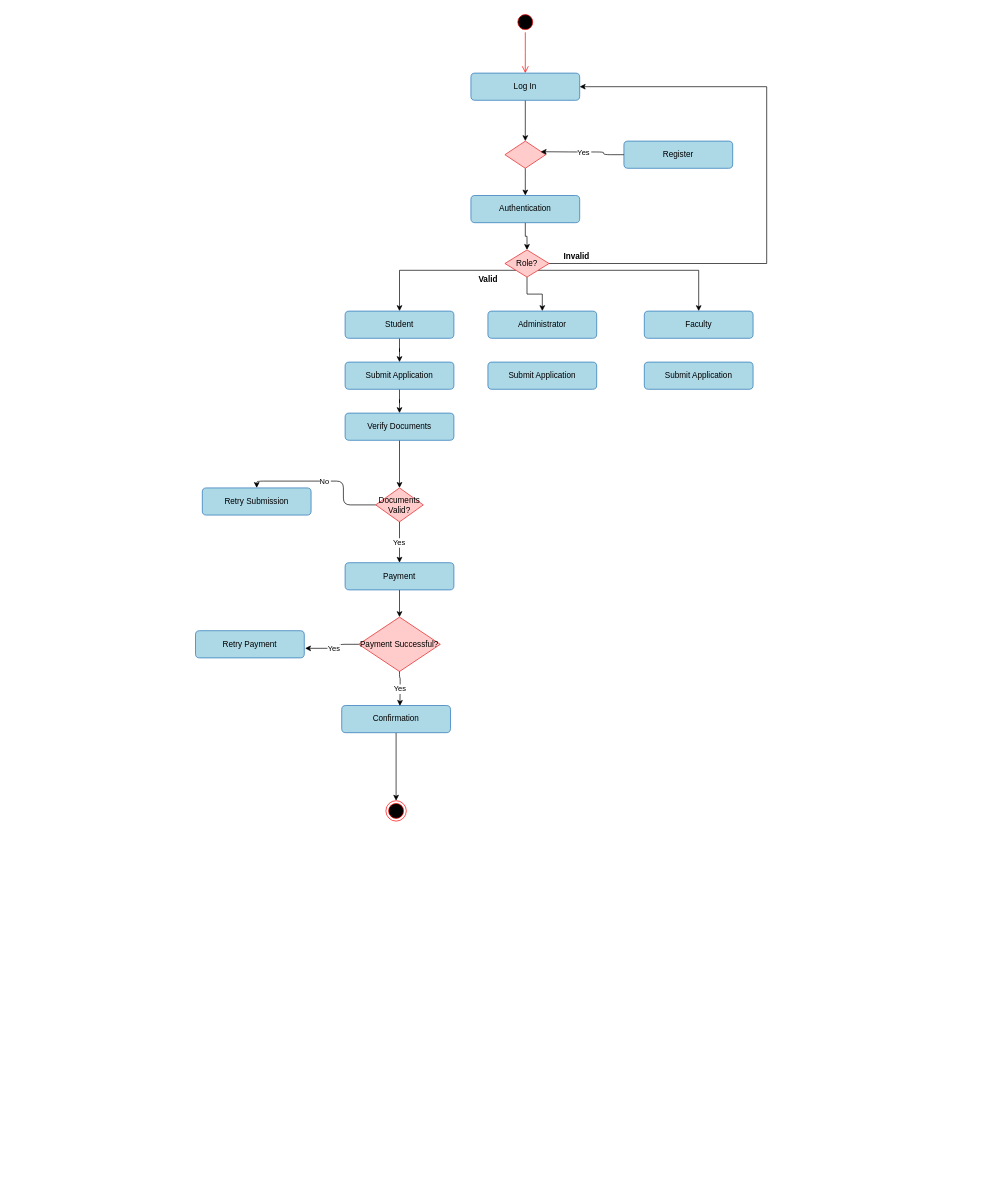
Above: page "Page-8" (2 of 4) of Untitled Diagram.drawio in AdityaJyoti2002/Tic-Tac-Toe (draw.io), before the change. Source tidied: cells renumbered, new cells numbered last; positions are measured from the earlier drawing's top-left corner, leaving out a move shared by most shapes. Both pictures are drawn from the tidied source at 68%, with x=0, y=0 at pixel (195, 12).
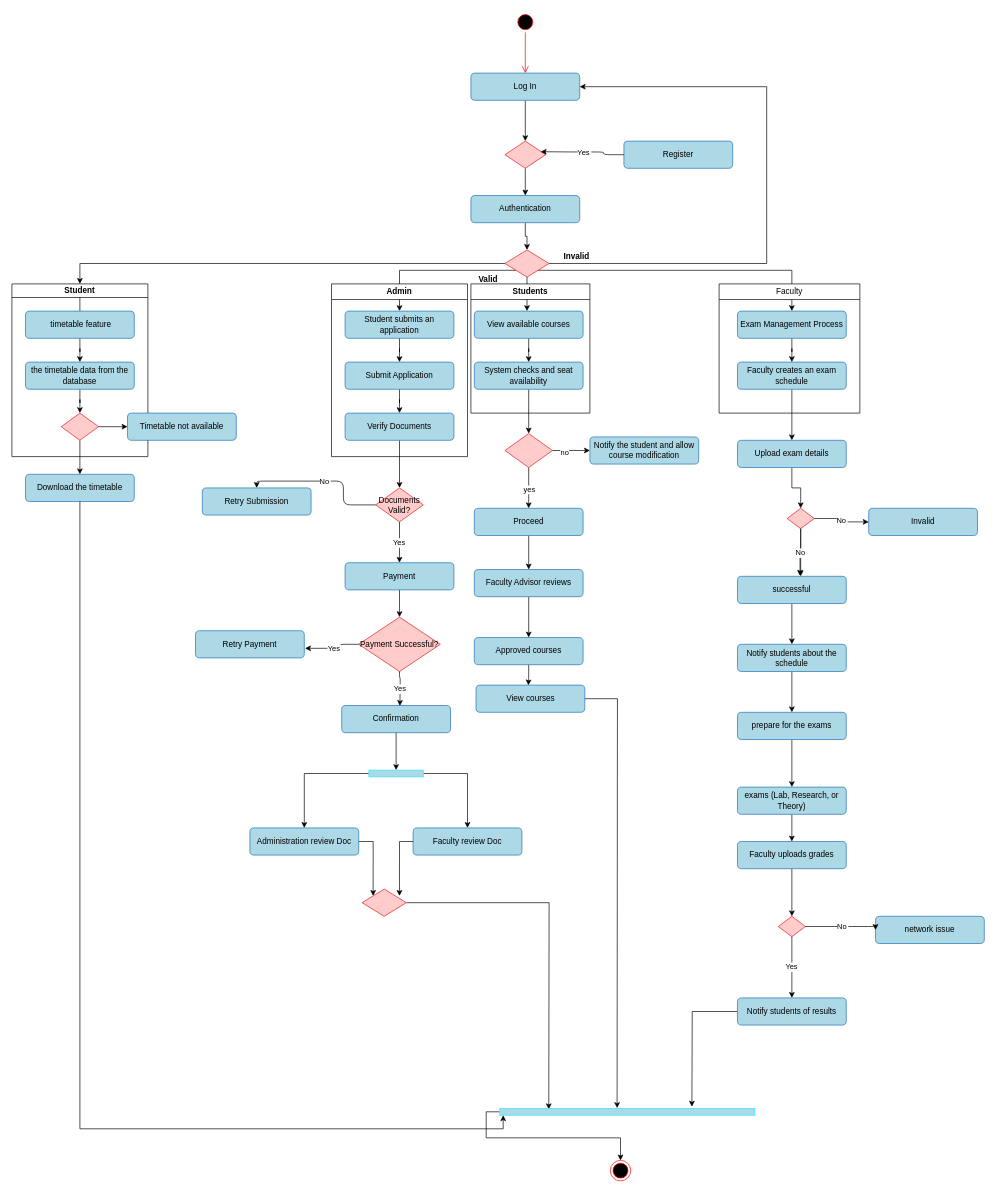
Above is the later version.

Unchanged cells that the change refers to:
```xml
<mxCell id="33" value="Confirmation" style="rounded=1;whiteSpace=wrap;html=1;fillColor=#add8e6;strokeColor=#2171b5;" parent="1" vertex="1">
  <mxGeometry x="215" y="1020" width="160" height="40" as="geometry" />
</mxCell>
```

What changed in the source:
```diff
@@
-    <mxCell id="12" style="edgeStyle=orthogonalEdgeStyle;rounded=0;jettySize=auto;html=1;" parent="1" edge="1" source="15" target="21">
-      <mxGeometry relative="1" as="geometry" />
+    <mxCell id="12" style="edgeStyle=orthogonalEdgeStyle;rounded=0;jettySize=auto;html=1;" parent="1" edge="1" source="15">
+      <mxGeometry relative="1" as="geometry">
+        <mxPoint x="487.5" y="440" as="targetPoint" />
+      </mxGeometry>
     </mxCell>
@@
+    <mxCell id="42" style="edgeStyle=orthogonalEdgeStyle;rounded=0;jettySize=auto;html=1;entryX=0.5;entryY=0;entryDx=0;entryDy=0;" parent="1" edge="1" source="15" target="102">
+      <mxGeometry relative="1" as="geometry" />
+    </mxCell>
-    <mxCell id="15" value="Role?" style="rhombus;whiteSpace=wrap;html=1;fillColor=#ffcccb;strokeColor=#e31a1c;" parent="1" vertex="1">
+    <mxCell id="15" style="rhombus;whiteSpace=wrap;html=1;fillColor=#ffcccb;strokeColor=#e31a1c;" parent="1" vertex="1">
       <mxGeometry x="455" y="350" width="65" height="40" as="geometry" />
     </mxCell>
@@
-    <mxCell id="19" value="Student" style="rounded=1;whiteSpace=wrap;html=1;fillColor=#add8e6;strokeColor=#2171b5;" parent="1" vertex="1">
+    <mxCell id="19" value="Student submits an application" style="rounded=1;whiteSpace=wrap;html=1;fillColor=#add8e6;strokeColor=#2171b5;" parent="1" vertex="1">
       <mxGeometry x="220" y="440" width="160" height="40" as="geometry" />
     </mxCell>
+    <mxCell id="43" style="edgeStyle=orthogonalEdgeStyle;rounded=0;jettySize=auto;html=1;entryX=0.5;entryY=0;entryDx=0;entryDy=0;" parent="1" edge="1" source="20" target="57">
+      <mxGeometry relative="1" as="geometry" />
+    </mxCell>
-    <mxCell id="20" value="Submit Application" style="rounded=1;whiteSpace=wrap;html=1;fillColor=#add8e6;strokeColor=#2171b5;" parent="1" vertex="1">
-      <mxGeometry x="430" y="515" width="160" height="40" as="geometry" />
+    <mxCell id="20" value="View available courses" style="rounded=1;whiteSpace=wrap;html=1;fillColor=#add8e6;strokeColor=#2171b5;" parent="1" vertex="1">
+      <mxGeometry x="410" y="440" width="160" height="40" as="geometry" />
     </mxCell>
-    <mxCell id="21" value="&lt;span style=&quot;text-wrap: nowrap;&quot;&gt;Administrator&lt;/span&gt;" style="rounded=1;whiteSpace=wrap;html=1;fillColor=#add8e6;strokeColor=#2171b5;" parent="1" vertex="1">
-      <mxGeometry x="430" y="440" width="160" height="40" as="geometry" />
-    </mxCell>
+    <mxCell id="44" style="edgeStyle=orthogonalEdgeStyle;rounded=0;jettySize=auto;html=1;" parent="1" edge="1" source="22" target="72">
+      <mxGeometry relative="1" as="geometry" />
+    </mxCell>
-    <mxCell id="22" value="Submit Application" style="rounded=1;whiteSpace=wrap;html=1;fillColor=#add8e6;strokeColor=#2171b5;" parent="1" vertex="1">
-      <mxGeometry x="660" y="515" width="160" height="40" as="geometry" />
+    <mxCell id="22" value="Faculty creates an exam schedule" style="rounded=1;whiteSpace=wrap;html=1;fillColor=#add8e6;strokeColor=#2171b5;" parent="1" vertex="1">
+      <mxGeometry x="797" y="515" width="160" height="40" as="geometry" />
     </mxCell>
+    <mxCell id="45" style="edgeStyle=orthogonalEdgeStyle;rounded=0;jettySize=auto;html=1;entryX=0.5;entryY=0;entryDx=0;entryDy=0;" parent="1" edge="1" source="23" target="22">
+      <mxGeometry relative="1" as="geometry" />
+    </mxCell>
-    <mxCell id="23" value="&lt;span style=&quot;text-wrap: nowrap;&quot;&gt;Faculty&lt;/span&gt;" style="rounded=1;whiteSpace=wrap;html=1;fillColor=#add8e6;strokeColor=#2171b5;" parent="1" vertex="1">
-      <mxGeometry x="660" y="440" width="160" height="40" as="geometry" />
+    <mxCell id="23" value="Exam Management Process" style="rounded=1;whiteSpace=wrap;html=1;fillColor=#add8e6;strokeColor=#2171b5;" parent="1" vertex="1">
+      <mxGeometry x="797" y="440" width="160" height="40" as="geometry" />
     </mxCell>
@@
-    <mxCell id="32" style="edgeStyle=orthogonalEdgeStyle;rounded=0;jettySize=auto;html=1;entryX=0.5;entryY=0;entryDx=0;entryDy=0;" parent="1" edge="1" source="33" target="34">
-      <mxGeometry relative="1" as="geometry" />
-    </mxCell>
+    <mxCell id="46" style="edgeStyle=orthogonalEdgeStyle;rounded=0;jettySize=auto;html=1;" parent="1" edge="1" source="33" target="52">
+      <mxGeometry relative="1" as="geometry">
+        <Array as="points">
+          <mxPoint x="290" y="1100" />
+          <mxPoint x="290" y="1100" />
+        </Array>
+      </mxGeometry>
+    </mxCell>
@@
     <mxCell id="34" style="ellipse;html=1;shape=endState;fillColor=#000000;strokeColor=#ff0000;" parent="1" vertex="1">
-      <mxGeometry x="280" y="1160" width="30" height="30" as="geometry" />
+      <mxGeometry x="610" y="1689" width="30" height="30" as="geometry" />
     </mxCell>
@@
+    <mxCell id="47" style="edgeStyle=orthogonalEdgeStyle;rounded=0;jettySize=auto;html=1;entryX=0;entryY=0;entryDx=0;entryDy=0;" parent="1" edge="1" source="48" target="54">
+      <mxGeometry relative="1" as="geometry" />
+    </mxCell>
+    <mxCell id="48" value="&lt;span style=&quot;text-wrap: nowrap;&quot;&gt;Administration review Doc&lt;/span&gt;" style="rounded=1;whiteSpace=wrap;html=1;fillColor=#add8e6;strokeColor=#2171b5;" parent="1" vertex="1">
+      <mxGeometry x="80" y="1200" width="160" height="40" as="geometry" />
+    </mxCell>
+    <mxCell id="49" value="&lt;span style=&quot;text-wrap: nowrap;&quot;&gt;Faculty&lt;/span&gt;&lt;span style=&quot;text-wrap: nowrap;&quot;&gt;&amp;nbsp;review Doc&lt;/span&gt;" style="rounded=1;whiteSpace=wrap;html=1;fillColor=#add8e6;strokeColor=#2171b5;" parent="1" vertex="1">
+      <mxGeometry x="320" y="1200" width="160" height="40" as="geometry" />
+    </mxCell>
+    <mxCell id="50" style="edgeStyle=orthogonalEdgeStyle;rounded=0;jettySize=auto;html=1;curved=0;" parent="1" edge="1" source="52" target="48">
+      <mxGeometry relative="1" as="geometry" />
+    </mxCell>
+    <mxCell id="51" style="edgeStyle=orthogonalEdgeStyle;rounded=0;jettySize=auto;html=1;curved=0;" parent="1" edge="1" source="52" target="49">
+      <mxGeometry relative="1" as="geometry" />
+    </mxCell>
+    <mxCell id="52" style="html=1;points=[[0,0,0,0,5],[0,1,0,0,-5],[1,0,0,0,5],[1,1,0,0,-5]];perimeter=orthogonalPerimeter;outlineConnect=0;targetShapes=umlLifeline;portConstraint=eastwest;newEdgeStyle={&quot;curved&quot;:0,&quot;rounded&quot;:0};rotation=90;direction=west;strokeColor=#26E9FF;fillColor=#ADD8E6;" parent="1" vertex="1">
+      <mxGeometry x="290" y="1080" width="10" height="80" as="geometry" />
+    </mxCell>
+    <mxCell id="53" style="edgeStyle=orthogonalEdgeStyle;rounded=0;jettySize=auto;html=1;exitX=1;exitY=0.5;exitDx=0;exitDy=0;" parent="1" edge="1" source="54">
+      <mxGeometry relative="1" as="geometry">
+        <mxPoint x="519.5" y="1613.8" as="targetPoint" />
+      </mxGeometry>
+    </mxCell>
+    <mxCell id="54" style="rhombus;whiteSpace=wrap;html=1;fillColor=#ffcccb;strokeColor=#e31a1c;" parent="1" vertex="1">
+      <mxGeometry x="245" y="1290" width="65" height="40" as="geometry" />
+    </mxCell>
+    <mxCell id="55" style="edgeStyle=orthogonalEdgeStyle;rounded=0;jettySize=auto;html=1;entryX=0.846;entryY=0.25;entryDx=0;entryDy=0;entryPerimeter=0;" parent="1" edge="1" source="49" target="54">
+      <mxGeometry relative="1" as="geometry" />
+    </mxCell>
+    <mxCell id="56" style="edgeStyle=orthogonalEdgeStyle;rounded=0;jettySize=auto;html=1;entryX=0.5;entryY=0;entryDx=0;entryDy=0;" parent="1" edge="1" source="57" target="62">
+      <mxGeometry relative="1" as="geometry" />
+    </mxCell>
+    <mxCell id="57" value="System checks&amp;nbsp;and seat availability" style="rounded=1;whiteSpace=wrap;html=1;fillColor=#add8e6;strokeColor=#2171b5;" parent="1" vertex="1">
+      <mxGeometry x="410" y="515" width="160" height="40" as="geometry" />
+    </mxCell>
+    <mxCell id="58" style="edgeStyle=orthogonalEdgeStyle;rounded=0;jettySize=auto;html=1;entryX=0;entryY=0.5;entryDx=0;entryDy=0;" parent="1" edge="1" source="62" target="63">
+      <mxGeometry relative="1" as="geometry" />
+    </mxCell>
+    <mxCell id="59" value="no" style="edgeLabel;html=1;align=center;verticalAlign=middle;" parent="58" vertex="1">
+      <mxGeometry x="-0.38" y="-2" relative="1" as="geometry" />
+    </mxCell>
+    <mxCell id="60" style="edgeStyle=orthogonalEdgeStyle;rounded=0;jettySize=auto;html=1;" parent="1" edge="1" source="62" target="65">
+      <mxGeometry relative="1" as="geometry" />
+    </mxCell>
+    <mxCell id="61" value="yes" style="edgeLabel;html=1;align=center;verticalAlign=middle;" parent="60" vertex="1">
+      <mxGeometry x="0.08" relative="1" as="geometry" />
+    </mxCell>
+    <mxCell id="62" style="rhombus;whiteSpace=wrap;html=1;fillColor=#ffcccb;strokeColor=#e31a1c;" parent="1" vertex="1">
+      <mxGeometry x="455" y="620" width="70" height="50" as="geometry" />
+    </mxCell>
+    <mxCell id="63" value="Notify the student and allow course modification" style="rounded=1;whiteSpace=wrap;html=1;fillColor=#add8e6;strokeColor=#2171b5;" parent="1" vertex="1">
+      <mxGeometry x="580" y="625" width="160" height="40" as="geometry" />
+    </mxCell>
+    <mxCell id="64" style="edgeStyle=orthogonalEdgeStyle;rounded=0;jettySize=auto;html=1;entryX=0.5;entryY=0;entryDx=0;entryDy=0;" parent="1" edge="1" source="65" target="67">
+      <mxGeometry relative="1" as="geometry" />
+    </mxCell>
+    <mxCell id="65" value="Proceed" style="rounded=1;whiteSpace=wrap;html=1;fillColor=#add8e6;strokeColor=#2171b5;" parent="1" vertex="1">
+      <mxGeometry x="410" y="730" width="160" height="40" as="geometry" />
+    </mxCell>
+    <mxCell id="66" style="edgeStyle=orthogonalEdgeStyle;rounded=0;jettySize=auto;html=1;" parent="1" edge="1" source="67" target="70">
+      <mxGeometry relative="1" as="geometry" />
+    </mxCell>
+    <mxCell id="67" value="Faculty Advisor reviews" style="rounded=1;whiteSpace=wrap;html=1;fillColor=#add8e6;strokeColor=#2171b5;" parent="1" vertex="1">
+      <mxGeometry x="410" y="820" width="160" height="40" as="geometry" />
+    </mxCell>
+    <mxCell id="68" style="edgeStyle=orthogonalEdgeStyle;rounded=0;jettySize=auto;html=1;exitX=1;exitY=0.5;exitDx=0;exitDy=0;" parent="1" edge="1" source="111">
+      <mxGeometry relative="1" as="geometry">
+        <mxPoint x="620" y="1612" as="targetPoint" />
+      </mxGeometry>
+    </mxCell>
+    <mxCell id="69" style="edgeStyle=orthogonalEdgeStyle;rounded=0;jettySize=auto;html=1;entryX=0.481;entryY=0.01;entryDx=0;entryDy=0;entryPerimeter=0;" parent="1" edge="1" source="70" target="111">
+      <mxGeometry relative="1" as="geometry" />
+    </mxCell>
+    <mxCell id="70" value="Approved courses" style="rounded=1;whiteSpace=wrap;html=1;fillColor=#add8e6;strokeColor=#2171b5;" parent="1" vertex="1">
+      <mxGeometry x="410" y="920" width="160" height="40" as="geometry" />
+    </mxCell>
+    <mxCell id="71" style="edgeStyle=orthogonalEdgeStyle;rounded=0;jettySize=auto;html=1;" parent="1" edge="1" source="72" target="73">
+      <mxGeometry relative="1" as="geometry" />
+    </mxCell>
+    <mxCell id="72" value="Upload exam details" style="rounded=1;whiteSpace=wrap;html=1;fillColor=#add8e6;strokeColor=#2171b5;" parent="1" vertex="1">
+      <mxGeometry x="797" y="630" width="160" height="40" as="geometry" />
+    </mxCell>
+    <mxCell id="73" style="rhombus;whiteSpace=wrap;html=1;fillColor=#ffcccb;strokeColor=#e31a1c;" parent="1" vertex="1">
+      <mxGeometry x="870" y="730" width="40" height="30" as="geometry" />
+    </mxCell>
+    <mxCell id="74" style="edgeStyle=orthogonalEdgeStyle;rounded=0;jettySize=auto;html=1;entryX=0.5;entryY=0;entryDx=0;entryDy=0;" parent="1" edge="1" source="75" target="78">
+      <mxGeometry relative="1" as="geometry" />
+    </mxCell>
+    <mxCell id="75" value="successful" style="rounded=1;whiteSpace=wrap;html=1;fillColor=#add8e6;strokeColor=#2171b5;" parent="1" vertex="1">
+      <mxGeometry x="797" y="830" width="160" height="40" as="geometry" />
+    </mxCell>
+    <mxCell id="76" value="Invalid" style="rounded=1;whiteSpace=wrap;html=1;fillColor=#add8e6;strokeColor=#2171b5;" parent="1" vertex="1">
+      <mxGeometry x="990" y="730" width="160" height="40" as="geometry" />
+    </mxCell>
+    <mxCell id="77" style="edgeStyle=orthogonalEdgeStyle;rounded=0;jettySize=auto;html=1;entryX=0.5;entryY=0;entryDx=0;entryDy=0;" parent="1" edge="1" source="78" target="80">
+      <mxGeometry relative="1" as="geometry" />
+    </mxCell>
+    <mxCell id="78" value="Notify students about the schedule" style="rounded=1;whiteSpace=wrap;html=1;fillColor=#add8e6;strokeColor=#2171b5;" parent="1" vertex="1">
+      <mxGeometry x="797" y="930" width="160" height="40" as="geometry" />
+    </mxCell>
+    <mxCell id="79" style="edgeStyle=orthogonalEdgeStyle;rounded=0;jettySize=auto;html=1;entryX=0.5;entryY=0;entryDx=0;entryDy=0;" parent="1" edge="1" source="80" target="82">
+      <mxGeometry relative="1" as="geometry" />
+    </mxCell>
+    <mxCell id="80" value="prepare for the exams" style="rounded=1;whiteSpace=wrap;html=1;fillColor=#add8e6;strokeColor=#2171b5;" parent="1" vertex="1">
+      <mxGeometry x="797" y="1030" width="160" height="40" as="geometry" />
+    </mxCell>
+    <mxCell id="81" style="edgeStyle=orthogonalEdgeStyle;rounded=0;jettySize=auto;html=1;entryX=0.5;entryY=0;entryDx=0;entryDy=0;" parent="1" edge="1" source="82" target="84">
+      <mxGeometry relative="1" as="geometry" />
+    </mxCell>
+    <mxCell id="82" value=" exams (Lab, Research, or Theory)" style="rounded=1;whiteSpace=wrap;html=1;fillColor=#add8e6;strokeColor=#2171b5;" parent="1" vertex="1">
+      <mxGeometry x="797" y="1140" width="160" height="40" as="geometry" />
+    </mxCell>
+    <mxCell id="83" style="edgeStyle=orthogonalEdgeStyle;rounded=0;jettySize=auto;html=1;entryX=0.5;entryY=0;entryDx=0;entryDy=0;" parent="1" edge="1" source="84" target="88">
+      <mxGeometry relative="1" as="geometry" />
+    </mxCell>
+    <mxCell id="84" value=" Faculty uploads grades" style="rounded=1;whiteSpace=wrap;html=1;fillColor=#add8e6;strokeColor=#2171b5;" parent="1" vertex="1">
+      <mxGeometry x="797" y="1220" width="160" height="40" as="geometry" />
+    </mxCell>
+    <mxCell id="85" style="edgeStyle=orthogonalEdgeStyle;rounded=0;jettySize=auto;html=1;" parent="1" edge="1" source="86">
+      <mxGeometry relative="1" as="geometry">
+        <mxPoint x="730" y="1610" as="targetPoint" />
+      </mxGeometry>
+    </mxCell>
+    <mxCell id="86" value=" Notify students of results" style="rounded=1;whiteSpace=wrap;html=1;fillColor=#add8e6;strokeColor=#2171b5;" parent="1" vertex="1">
+      <mxGeometry x="797" y="1450" width="160" height="40" as="geometry" />
+    </mxCell>
+    <mxCell id="87" style="edgeStyle=orthogonalEdgeStyle;rounded=0;jettySize=auto;html=1;entryX=0.581;entryY=0;entryDx=0;entryDy=0;entryPerimeter=0;" parent="1" edge="1" source="73" target="75">
+      <mxGeometry relative="1" as="geometry" />
+    </mxCell>
+    <mxCell id="88" style="rhombus;whiteSpace=wrap;html=1;fillColor=#ffcccb;strokeColor=#e31a1c;" parent="1" vertex="1">
+      <mxGeometry x="857" y="1330" width="40" height="30" as="geometry" />
+    </mxCell>
+    <mxCell id="89" value="network issue" style="rounded=1;whiteSpace=wrap;html=1;fillColor=#add8e6;strokeColor=#2171b5;" parent="1" vertex="1">
+      <mxGeometry x="1000" y="1330" width="160" height="40" as="geometry" />
+    </mxCell>
+    <mxCell id="90" value="No" style="edgeStyle=orthogonalEdgeStyle;rounded=1;entryX=0;entryY=0.5;entryDx=0;entryDy=0;exitX=1;exitY=0.5;exitDx=0;exitDy=0;" parent="1" edge="1" source="73" target="76">
+      <mxGeometry relative="1" as="geometry" />
+    </mxCell>
+    <mxCell id="91" value="No" style="edgeStyle=orthogonalEdgeStyle;rounded=1;entryX=0.575;entryY=-0.02;entryDx=0;entryDy=0;exitX=0.5;exitY=1;exitDx=0;exitDy=0;entryPerimeter=0;" parent="1" edge="1" source="73" target="75">
+      <mxGeometry relative="1" as="geometry" />
+    </mxCell>
+    <mxCell id="92" value="No" style="edgeStyle=orthogonalEdgeStyle;rounded=1;exitX=1;exitY=0.5;exitDx=0;exitDy=0;" parent="1" edge="1" source="88">
+      <mxGeometry relative="1" as="geometry">
+        <mxPoint x="1000" y="1350" as="targetPoint" />
+        <Array as="points">
+          <mxPoint x="1000" y="1345" />
+        </Array>
+      </mxGeometry>
+    </mxCell>
+    <mxCell id="93" value="Yes" style="edgeStyle=orthogonalEdgeStyle;rounded=1;exitX=0.5;exitY=1;exitDx=0;exitDy=0;entryX=0.5;entryY=0;entryDx=0;entryDy=0;" parent="1" edge="1" source="88" target="86">
+      <mxGeometry x="-0.02" relative="1" as="geometry" />
+    </mxCell>
+    <mxCell id="94" value="Admin" style="swimlane;whiteSpace=wrap;html=1;" parent="1" vertex="1">
+      <mxGeometry x="200" y="400" width="200" height="254" as="geometry" />
+    </mxCell>
+    <mxCell id="95" value="&lt;span style=&quot;font-weight: 400;&quot;&gt;Faculty&lt;/span&gt;" style="swimlane;whiteSpace=wrap;html=1;" parent="1" vertex="1">
+      <mxGeometry x="770" y="400" width="207" height="190" as="geometry" />
+    </mxCell>
+    <mxCell id="96" value="Students" style="swimlane;whiteSpace=wrap;html=1;" parent="1" vertex="1">
+      <mxGeometry x="405" y="400" width="175" height="190" as="geometry" />
+    </mxCell>
+    <mxCell id="97" style="edgeStyle=orthogonalEdgeStyle;rounded=0;jettySize=auto;html=1;curved=0;entryX=0.5;entryY=0;entryDx=0;entryDy=0;" parent="1" edge="1" source="98" target="34">
+      <mxGeometry relative="1" as="geometry" />
+    </mxCell>
+    <mxCell id="98" style="html=1;points=[[0,0,0,0,5],[0,1,0,0,-5],[1,0,0,0,5],[1,1,0,0,-5]];perimeter=orthogonalPerimeter;outlineConnect=0;targetShapes=umlLifeline;portConstraint=eastwest;newEdgeStyle={&quot;curved&quot;:0,&quot;rounded&quot;:0};rotation=90;direction=west;strokeColor=#26E9FF;fillColor=#ADD8E6;" parent="1" vertex="1">
+      <mxGeometry x="630" y="1430" width="10" height="375" as="geometry" />
+    </mxCell>
+    <mxCell id="99" style="edgeStyle=orthogonalEdgeStyle;rounded=0;jettySize=auto;html=1;" parent="1" edge="1" source="101" target="102">
+      <mxGeometry relative="1" as="geometry">
+        <Array as="points">
+          <mxPoint x="-170" y="440" />
+          <mxPoint x="-170" y="440" />
+        </Array>
+      </mxGeometry>
+    </mxCell>
+    <mxCell id="100" style="edgeStyle=orthogonalEdgeStyle;rounded=0;jettySize=auto;html=1;" parent="1" edge="1" source="101" target="104">
+      <mxGeometry relative="1" as="geometry" />
+    </mxCell>
+    <mxCell id="101" value="&amp;nbsp;timetable feature" style="rounded=1;whiteSpace=wrap;html=1;fillColor=#add8e6;strokeColor=#2171b5;" parent="1" vertex="1">
+      <mxGeometry x="-250" y="440" width="160" height="40" as="geometry" />
+    </mxCell>
+    <mxCell id="102" value="Student" style="swimlane;whiteSpace=wrap;html=1;startSize=20;" parent="1" vertex="1">
+      <mxGeometry x="-270" y="400" width="200" height="254" as="geometry" />
+    </mxCell>
+    <mxCell id="103" style="edgeStyle=orthogonalEdgeStyle;rounded=0;jettySize=auto;html=1;entryX=0.5;entryY=0;entryDx=0;entryDy=0;" parent="102" edge="1" source="104" target="105">
+      <mxGeometry relative="1" as="geometry" />
+    </mxCell>
+    <mxCell id="104" value="the timetable data from the database" style="rounded=1;whiteSpace=wrap;html=1;fillColor=#add8e6;strokeColor=#2171b5;" parent="102" vertex="1">
+      <mxGeometry x="20" y="115" width="160" height="40" as="geometry" />
+    </mxCell>
+    <mxCell id="105" style="rhombus;whiteSpace=wrap;html=1;fillColor=#ffcccb;strokeColor=#e31a1c;" parent="102" vertex="1">
+      <mxGeometry x="72.5" y="190" width="55" height="40" as="geometry" />
+    </mxCell>
+    <mxCell id="106" value="Timetable not available" style="rounded=1;whiteSpace=wrap;html=1;fillColor=#add8e6;strokeColor=#2171b5;" parent="1" vertex="1">
+      <mxGeometry x="-100" y="590" width="160" height="40" as="geometry" />
+    </mxCell>
+    <mxCell id="107" value="Download the timetable" style="rounded=1;whiteSpace=wrap;html=1;fillColor=#add8e6;strokeColor=#2171b5;" parent="1" vertex="1">
+      <mxGeometry x="-250" y="680" width="160" height="40" as="geometry" />
+    </mxCell>
+    <mxCell id="108" style="edgeStyle=orthogonalEdgeStyle;rounded=0;jettySize=auto;html=1;entryX=0;entryY=0.5;entryDx=0;entryDy=0;" parent="1" edge="1" source="105" target="106">
+      <mxGeometry relative="1" as="geometry" />
+    </mxCell>
+    <mxCell id="109" style="edgeStyle=orthogonalEdgeStyle;rounded=0;jettySize=auto;html=1;entryX=0.5;entryY=0;entryDx=0;entryDy=0;" parent="1" edge="1" source="105" target="107">
+      <mxGeometry relative="1" as="geometry" />
+    </mxCell>
+    <mxCell id="110" style="edgeStyle=orthogonalEdgeStyle;rounded=0;jettySize=auto;html=1;entryX=0;entryY=0;entryDx=0;entryDy=5;entryPerimeter=0;" parent="1" edge="1" source="107" target="98">
+      <mxGeometry relative="1" as="geometry" />
+    </mxCell>
+    <mxCell id="111" value="View courses" style="rounded=1;whiteSpace=wrap;html=1;fillColor=#add8e6;strokeColor=#2171b5;" parent="1" vertex="1">
+      <mxGeometry x="412.5" y="990" width="160" height="40" as="geometry" />
+    </mxCell>
```
